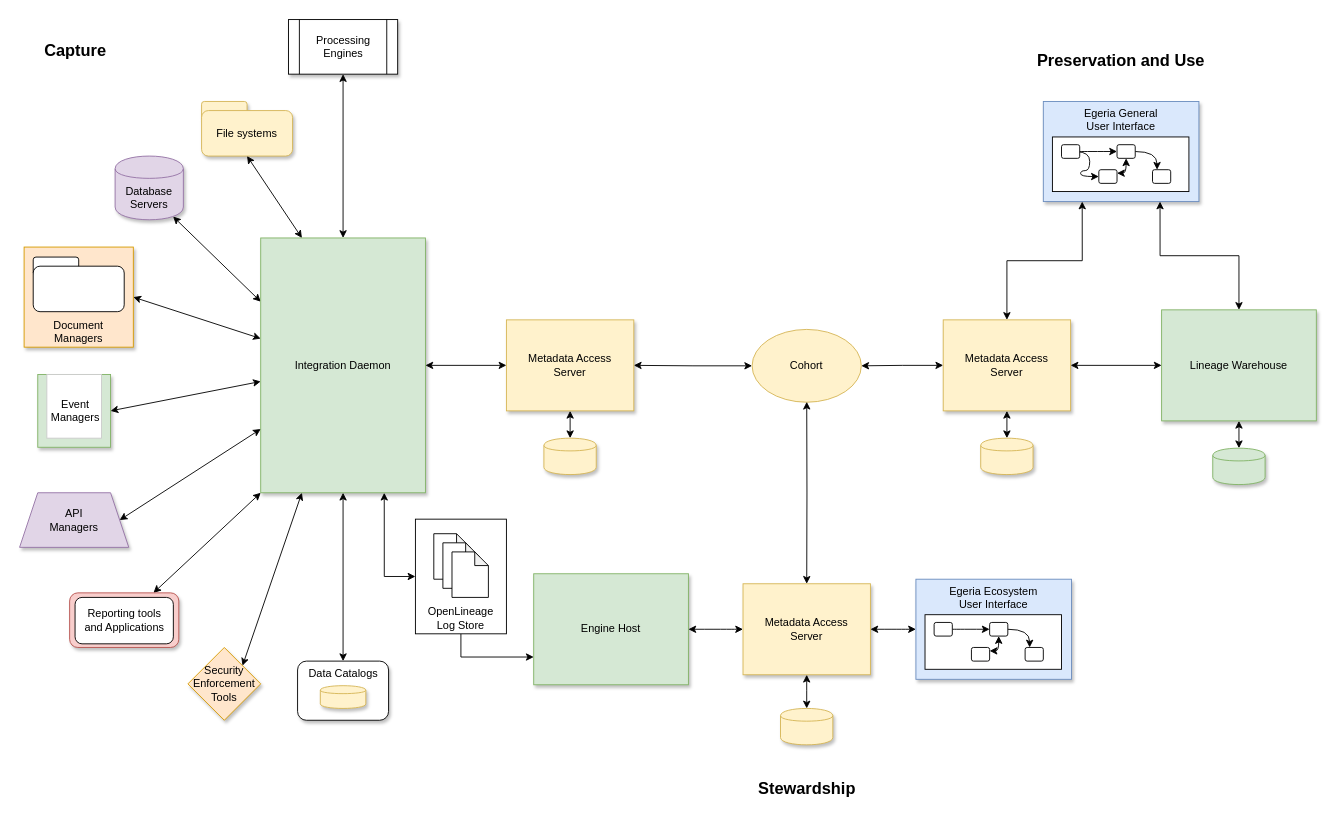
Above: page "architecture" (2 of 12) of site/docs/features/lineage-management/lineage.drawio in odpi/egeria-docs (draw.io), before the change. Source tidied: cells renumbered, new cells numbered last; positions are measured from the earlier drawing's top-left corner, leaving out a move shared by most shapes. Both pictures are drawn from the tidied source at 91%, with x=0, y=0 at pixel (19, 19).
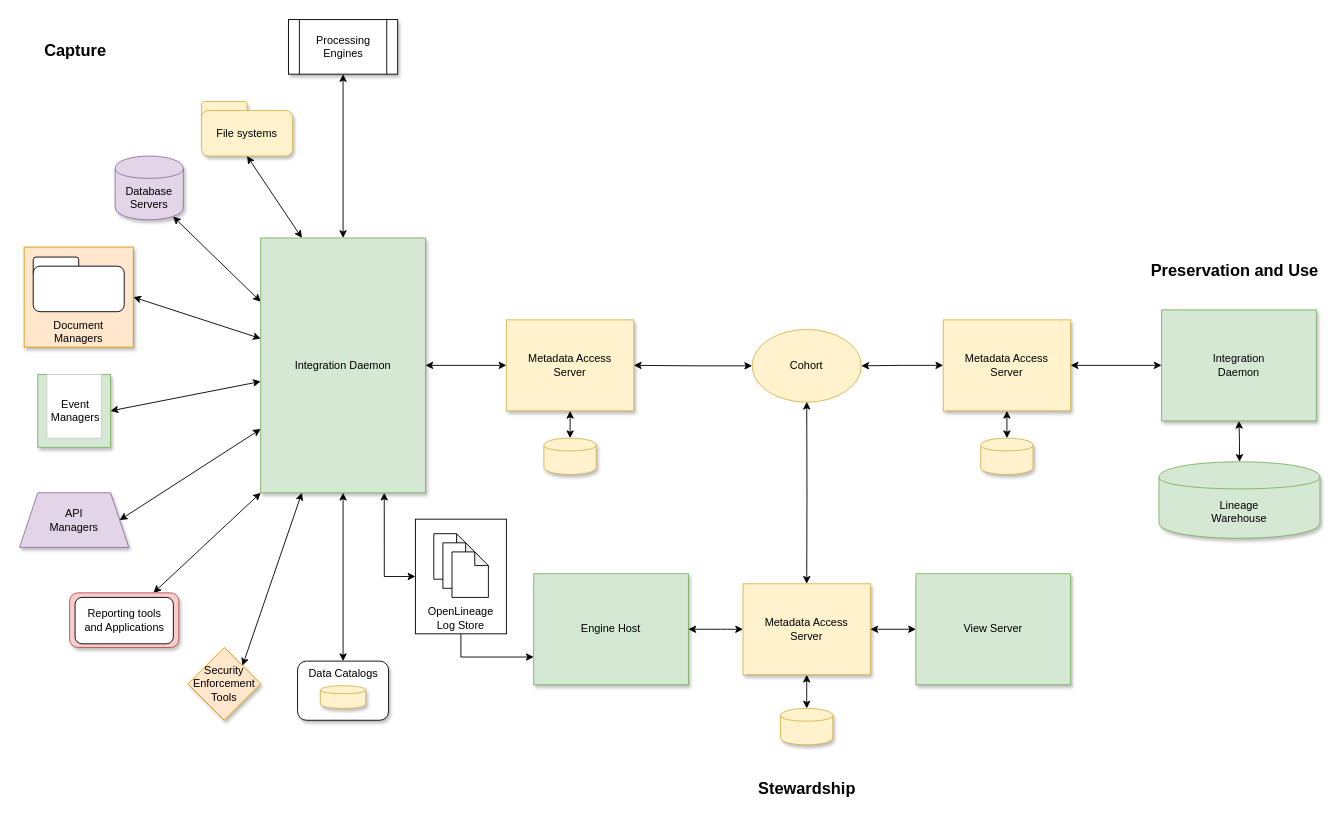
After the change.

The change refers to these unchanged cells:
```xml
<mxCell id="39" value="Metadata Access&lt;br&gt;Server" style="rounded=0;whiteSpace=wrap;html=1;verticalAlign=middle;fillColor=#fff2cc;strokeColor=#d6b656;shadow=1;align=center;" parent="1" vertex="1">
  <mxGeometry x="1015" y="330" width="140" height="100" as="geometry" />
</mxCell>
<mxCell id="69" value="Metadata Access&lt;br&gt;Server" style="rounded=0;whiteSpace=wrap;html=1;verticalAlign=middle;fillColor=#fff2cc;strokeColor=#d6b656;shadow=1;align=center;" parent="1" vertex="1">
  <mxGeometry x="795" y="620" width="140" height="100" as="geometry" />
</mxCell>
```

Diff of the diagram source:
```diff
@@
-    <mxCell id="43" value="Lineage Warehouse" style="rounded=0;whiteSpace=wrap;html=1;verticalAlign=middle;fillColor=#d5e8d4;strokeColor=#82b366;shadow=1;" parent="1" vertex="1">
+    <mxCell id="43" value="Integration&lt;div&gt;Daemon&lt;/div&gt;" style="rounded=0;whiteSpace=wrap;html=1;verticalAlign=middle;fillColor=#d5e8d4;strokeColor=#82b366;shadow=1;" parent="1" vertex="1">
       <mxGeometry x="1255" y="319" width="170" height="122" as="geometry" />
     </mxCell>
@@
-    <mxCell id="45" style="shape=cylinder;whiteSpace=wrap;html=1;boundedLbl=1;backgroundOutline=1;fillColor=#d5e8d4;strokeColor=#82b366;shadow=1;" parent="1" vertex="1">
-      <mxGeometry x="1311.2" y="471" width="57.5" height="40" as="geometry" />
+    <mxCell id="45" value="Lineage&lt;div&gt;Warehouse&lt;/div&gt;" style="shape=cylinder;whiteSpace=wrap;html=1;boundedLbl=1;backgroundOutline=1;fillColor=#d5e8d4;strokeColor=#82b366;shadow=1;" parent="1" vertex="1">
+      <mxGeometry x="1252.1" y="486" width="176.9" height="84" as="geometry" />
     </mxCell>
-    <mxCell id="46" style="edgeStyle=orthogonalEdgeStyle;rounded=0;jettySize=auto;html=1;startArrow=classic;startFill=1;exitX=0.25;exitY=1;exitDx=0;exitDy=0;" parent="1" edge="1" source="48" target="39">
-      <mxGeometry relative="1" as="geometry" />
-    </mxCell>
-    <mxCell id="47" style="edgeStyle=orthogonalEdgeStyle;rounded=0;jettySize=auto;html=1;startArrow=classic;startFill=1;exitX=0.75;exitY=1;exitDx=0;exitDy=0;" parent="1" edge="1" source="48" target="43">
-      <mxGeometry relative="1" as="geometry" />
-    </mxCell>
-    <mxCell id="48" value="Egeria General&lt;br&gt;User Interface" style="rounded=0;whiteSpace=wrap;html=1;shadow=1;verticalAlign=top;fillColor=#dae8fc;strokeColor=#6c8ebf;" parent="1" vertex="1">
-      <mxGeometry x="1125" y="90" width="171" height="110" as="geometry" />
-    </mxCell>
-    <mxCell id="49" style="rounded=0;whiteSpace=wrap;html=1;shadow=0;" parent="1" vertex="1">
-      <mxGeometry x="1135" y="129" width="150" height="60" as="geometry" />
-    </mxCell>
-    <mxCell id="50" style="rounded=1;whiteSpace=wrap;html=1;shadow=0;" parent="1" vertex="1">
-      <mxGeometry x="1245" y="165" width="20" height="15" as="geometry" />
-    </mxCell>
-    <mxCell id="51" style="edgeStyle=orthogonalEdgeStyle;curved=1;rounded=0;jettySize=auto;html=1;entryX=0.25;entryY=0;entryDx=0;entryDy=0;startArrow=none;startFill=0;" parent="1" edge="1" source="52" target="50">
-      <mxGeometry relative="1" as="geometry" />
-    </mxCell>
-    <mxCell id="52" style="rounded=1;whiteSpace=wrap;html=1;shadow=0;" parent="1" vertex="1">
-      <mxGeometry x="1206" y="137.5" width="20" height="15" as="geometry" />
-    </mxCell>
-    <mxCell id="53" style="edgeStyle=orthogonalEdgeStyle;curved=1;rounded=0;jettySize=auto;html=1;exitX=1;exitY=0.25;exitDx=0;exitDy=0;entryX=0.5;entryY=1;entryDx=0;entryDy=0;startArrow=classic;startFill=1;" parent="1" edge="1" source="54" target="52">
-      <mxGeometry relative="1" as="geometry" />
-    </mxCell>
-    <mxCell id="54" style="rounded=1;whiteSpace=wrap;html=1;shadow=0;" parent="1" vertex="1">
-      <mxGeometry x="1186" y="165" width="20" height="15" as="geometry" />
-    </mxCell>
-    <mxCell id="55" style="edgeStyle=orthogonalEdgeStyle;rounded=0;jettySize=auto;html=1;entryX=0;entryY=0.5;entryDx=0;entryDy=0;startArrow=none;startFill=0;curved=1;" parent="1" edge="1" source="57" target="52">
-      <mxGeometry relative="1" as="geometry" />
-    </mxCell>
-    <mxCell id="56" style="edgeStyle=orthogonalEdgeStyle;curved=1;rounded=0;jettySize=auto;html=1;entryX=0;entryY=0.5;entryDx=0;entryDy=0;startArrow=classic;startFill=1;" parent="1" edge="1" target="54">
-      <mxGeometry relative="1" as="geometry">
-        <mxPoint x="1155" y="145" as="sourcePoint" />
-      </mxGeometry>
-    </mxCell>
-    <mxCell id="57" style="rounded=1;whiteSpace=wrap;html=1;shadow=0;" parent="1" vertex="1">
-      <mxGeometry x="1145" y="137.5" width="20" height="15" as="geometry" />
-    </mxCell>
-    <mxCell id="58" style="edgeStyle=orthogonalEdgeStyle;curved=1;rounded=0;jettySize=auto;html=1;startArrow=classic;startFill=1;entryX=1;entryY=0.5;entryDx=0;entryDy=0;" parent="1" edge="1" source="59" target="69">
-      <mxGeometry relative="1" as="geometry" />
-    </mxCell>
-    <mxCell id="59" value="Egeria Ecosystem&lt;br&gt;User Interface" style="rounded=0;whiteSpace=wrap;html=1;shadow=1;verticalAlign=top;fillColor=#dae8fc;strokeColor=#6c8ebf;" parent="1" vertex="1">
-      <mxGeometry x="985" y="615" width="171" height="110" as="geometry" />
-    </mxCell>
-    <mxCell id="60" style="rounded=0;whiteSpace=wrap;html=1;shadow=0;" parent="1" vertex="1">
-      <mxGeometry x="995" y="654" width="150" height="60" as="geometry" />
-    </mxCell>
-    <mxCell id="61" style="rounded=1;whiteSpace=wrap;html=1;shadow=0;" parent="1" vertex="1">
-      <mxGeometry x="1105" y="690" width="20" height="15" as="geometry" />
-    </mxCell>
-    <mxCell id="62" style="edgeStyle=orthogonalEdgeStyle;curved=1;rounded=0;jettySize=auto;html=1;entryX=0.25;entryY=0;entryDx=0;entryDy=0;startArrow=none;startFill=0;" parent="1" edge="1" source="63" target="61">
-      <mxGeometry relative="1" as="geometry" />
-    </mxCell>
-    <mxCell id="63" style="rounded=1;whiteSpace=wrap;html=1;shadow=0;" parent="1" vertex="1">
-      <mxGeometry x="1066" y="662.5" width="20" height="15" as="geometry" />
-    </mxCell>
-    <mxCell id="64" style="edgeStyle=orthogonalEdgeStyle;curved=1;rounded=0;jettySize=auto;html=1;exitX=1;exitY=0.25;exitDx=0;exitDy=0;entryX=0.5;entryY=1;entryDx=0;entryDy=0;startArrow=classic;startFill=1;" parent="1" edge="1" source="65" target="63">
-      <mxGeometry relative="1" as="geometry" />
-    </mxCell>
-    <mxCell id="65" style="rounded=1;whiteSpace=wrap;html=1;shadow=0;" parent="1" vertex="1">
-      <mxGeometry x="1046" y="690" width="20" height="15" as="geometry" />
-    </mxCell>
-    <mxCell id="66" style="edgeStyle=orthogonalEdgeStyle;rounded=0;jettySize=auto;html=1;entryX=0;entryY=0.5;entryDx=0;entryDy=0;startArrow=none;startFill=0;curved=1;" parent="1" edge="1" source="67" target="63">
-      <mxGeometry relative="1" as="geometry" />
-    </mxCell>
-    <mxCell id="67" style="rounded=1;whiteSpace=wrap;html=1;shadow=0;" parent="1" vertex="1">
-      <mxGeometry x="1005" y="662.5" width="20" height="15" as="geometry" />
-    </mxCell>
@@
     <mxCell id="76" value="Preservation and Use" style="text;html=1;align=center;verticalAlign=middle;strokeColor=none;fontSize=18;fontStyle=1;" parent="1" vertex="1">
-      <mxGeometry x="1110" y="30" width="200" height="30" as="geometry" />
+      <mxGeometry x="1235" y="261" width="200" height="30" as="geometry" />
     </mxCell>
@@
+    <mxCell id="82" style="edgeStyle=orthogonalEdgeStyle;rounded=0;jettySize=auto;html=1;exitX=0;exitY=0.5;exitDx=0;exitDy=0;startArrow=classic;startFill=1;" parent="1" edge="1" source="83" target="69">
+      <mxGeometry relative="1" as="geometry" />
+    </mxCell>
+    <mxCell id="83" value="View Server" style="rounded=0;whiteSpace=wrap;html=1;verticalAlign=middle;fillColor=#d5e8d4;strokeColor=#82b366;shadow=1;" parent="1" vertex="1">
+      <mxGeometry x="985" y="609" width="170" height="122" as="geometry" />
+    </mxCell>
```
